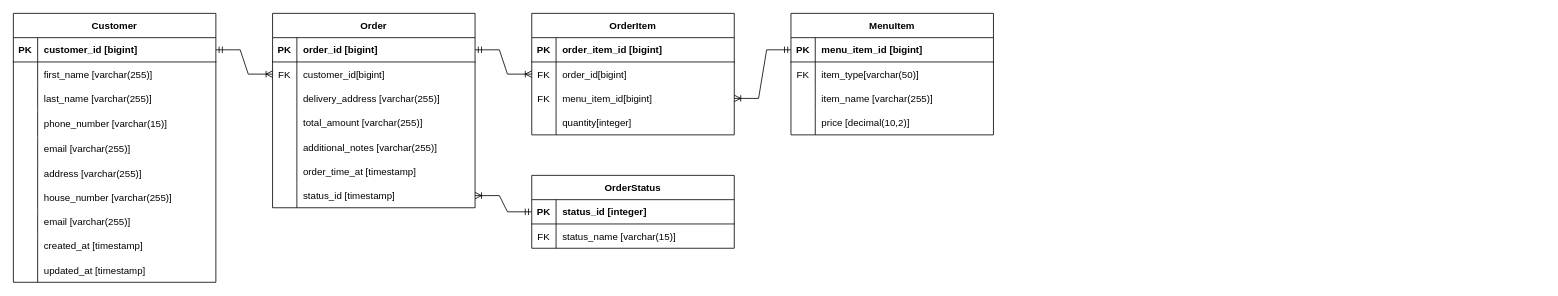
Before: ERD/Pizza ERD.drawio in nicholasreinaldo/LuminaEcommerce, a draw.io diagram. Source tidied: cells renumbered, new cells numbered last; positions are measured from the earlier drawing's top-left corner, leaving out a move shared by most shapes. Both pictures are drawn from the tidied source at 81%, with x=0, y=0 at pixel (13, 13).
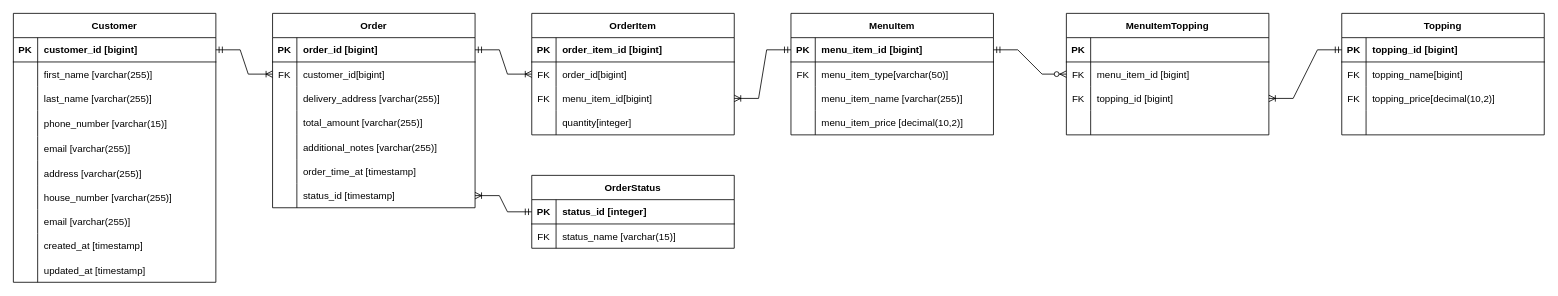
The same page after the edit.

The change refers to these unchanged cells:
```xml
<mxCell id="78" style="shape=partialRectangle;fillColor=none;points=[[0,0.5],[1,0.5]];portConstraint=eastwest;top=0;left=0;right=0;bottom=1;" parent="77" vertex="1">
  <mxGeometry y="30" width="250" height="30" as="geometry" />
</mxCell>
<mxCell id="81" style="shape=partialRectangle;fillColor=none;top=0;left=0;right=0;bottom=0;" parent="77" vertex="1">
  <mxGeometry y="60" width="250" height="30" as="geometry" />
</mxCell>
<mxCell id="84" style="shape=partialRectangle;fillColor=none;top=0;left=0;right=0;bottom=0;" parent="77" vertex="1">
  <mxGeometry y="90" width="250" height="30" as="geometry" />
</mxCell>
<mxCell id="87" style="shape=partialRectangle;fillColor=none;top=0;left=0;right=0;bottom=0;" parent="77" vertex="1">
  <mxGeometry y="120" width="250" height="30" as="geometry" />
</mxCell>
```

The edit, as a diff of the source:
```diff
@@
-    <mxCell id="83" value="item_type[varchar(50)]" style="shape=partialRectangle;overflow=hidden;fillColor=none;top=0;left=0;bottom=0;right=0;align=left;spacingLeft=6;" parent="81" vertex="1">
+    <mxCell id="83" value="menu_item_type[varchar(50)]" style="shape=partialRectangle;overflow=hidden;fillColor=none;top=0;left=0;bottom=0;right=0;align=left;spacingLeft=6;" parent="81" vertex="1">
       <mxGeometry x="30" width="220" height="30" as="geometry" />
     </mxCell>
@@
-    <mxCell id="86" value="item_name [varchar(255)]" style="shape=partialRectangle;overflow=hidden;fillColor=none;top=0;left=0;bottom=0;right=0;align=left;spacingLeft=6;" parent="84" vertex="1">
+    <mxCell id="86" value="menu_item_name [varchar(255)]" style="shape=partialRectangle;overflow=hidden;fillColor=none;top=0;left=0;bottom=0;right=0;align=left;spacingLeft=6;" parent="84" vertex="1">
       <mxGeometry x="30" width="220" height="30" as="geometry" />
     </mxCell>
@@
-    <mxCell id="89" value="price [decimal(10,2)]" style="shape=partialRectangle;overflow=hidden;fillColor=none;top=0;left=0;bottom=0;right=0;align=left;spacingLeft=6;" parent="87" vertex="1">
+    <mxCell id="89" value="menu_item_price [decimal(10,2)]" style="shape=partialRectangle;overflow=hidden;fillColor=none;top=0;left=0;bottom=0;right=0;align=left;spacingLeft=6;" parent="87" vertex="1">
       <mxGeometry x="30" width="220" height="30" as="geometry" />
     </mxCell>
@@
+    <mxCell id="92" value="Topping" style="shape=table;startSize=30;childLayout=tableLayout;rowLines=0;fontStyle=1;align=center;" parent="1" vertex="1">
+      <mxGeometry x="1640" width="250" height="150" as="geometry" />
+    </mxCell>
+    <mxCell id="93" style="shape=partialRectangle;fillColor=none;points=[[0,0.5],[1,0.5]];portConstraint=eastwest;top=0;left=0;right=0;bottom=1;" parent="92" vertex="1">
+      <mxGeometry y="30" width="250" height="30" as="geometry" />
+    </mxCell>
+    <mxCell id="94" value="PK" style="shape=partialRectangle;overflow=hidden;fillColor=none;top=0;left=0;bottom=0;right=0;fontStyle=1;" parent="93" vertex="1">
+      <mxGeometry width="30" height="30" as="geometry" />
+    </mxCell>
+    <mxCell id="95" value="topping_id [bigint]" style="shape=partialRectangle;overflow=hidden;fillColor=none;top=0;left=0;bottom=0;right=0;align=left;spacingLeft=6;fontStyle=1;" parent="93" vertex="1">
+      <mxGeometry x="30" width="220" height="30" as="geometry" />
+    </mxCell>
+    <mxCell id="96" style="shape=partialRectangle;fillColor=none;top=0;left=0;right=0;bottom=0;" parent="92" vertex="1">
+      <mxGeometry y="60" width="250" height="30" as="geometry" />
+    </mxCell>
+    <mxCell id="97" value="FK" style="shape=partialRectangle;overflow=hidden;fillColor=none;top=0;left=0;bottom=0;right=0;" parent="96" vertex="1">
+      <mxGeometry width="30" height="30" as="geometry" />
+    </mxCell>
+    <mxCell id="98" value="topping_name[bigint]" style="shape=partialRectangle;overflow=hidden;fillColor=none;top=0;left=0;bottom=0;right=0;align=left;spacingLeft=6;" parent="96" vertex="1">
+      <mxGeometry x="30" width="220" height="30" as="geometry" />
+    </mxCell>
+    <mxCell id="99" style="shape=partialRectangle;fillColor=none;top=0;left=0;right=0;bottom=0;" parent="92" vertex="1">
+      <mxGeometry y="90" width="250" height="30" as="geometry" />
+    </mxCell>
+    <mxCell id="100" value="FK" style="shape=partialRectangle;overflow=hidden;fillColor=none;top=0;left=0;bottom=0;right=0;" parent="99" vertex="1">
+      <mxGeometry width="30" height="30" as="geometry" />
+    </mxCell>
+    <mxCell id="101" value="topping_price[decimal(10,2)]" style="shape=partialRectangle;overflow=hidden;fillColor=none;top=0;left=0;bottom=0;right=0;align=left;spacingLeft=6;" parent="99" vertex="1">
+      <mxGeometry x="30" width="220" height="30" as="geometry" />
+    </mxCell>
+    <mxCell id="102" style="shape=partialRectangle;fillColor=none;top=0;left=0;right=0;bottom=0;" parent="92" vertex="1">
+      <mxGeometry y="120" width="250" height="30" as="geometry" />
+    </mxCell>
+    <mxCell id="103" style="shape=partialRectangle;overflow=hidden;fillColor=none;top=0;left=0;bottom=0;right=0;" parent="102" vertex="1">
+      <mxGeometry width="30" height="30" as="geometry" />
+    </mxCell>
+    <mxCell id="104" style="shape=partialRectangle;overflow=hidden;fillColor=none;top=0;left=0;bottom=0;right=0;align=left;spacingLeft=6;" parent="102" vertex="1">
+      <mxGeometry x="30" width="220" height="30" as="geometry" />
+    </mxCell>
+    <mxCell id="105" value="MenuItemTopping" style="shape=table;startSize=30;childLayout=tableLayout;rowLines=0;fontStyle=1;align=center;" parent="1" vertex="1">
+      <mxGeometry x="1300" width="250" height="150" as="geometry" />
+    </mxCell>
+    <mxCell id="106" style="shape=partialRectangle;fillColor=none;top=0;left=0;right=0;bottom=1;" parent="105" vertex="1">
+      <mxGeometry y="30" width="250" height="30" as="geometry" />
+    </mxCell>
+    <mxCell id="107" value="PK" style="shape=partialRectangle;overflow=hidden;fillColor=none;top=0;left=0;bottom=0;right=0;fontStyle=1;" parent="106" vertex="1">
+      <mxGeometry width="30" height="30" as="geometry" />
+    </mxCell>
+    <mxCell id="108" style="shape=partialRectangle;overflow=hidden;fillColor=none;top=0;left=0;bottom=0;right=0;align=left;spacingLeft=6;fontStyle=1;" parent="106" vertex="1">
+      <mxGeometry x="30" width="220" height="30" as="geometry" />
+    </mxCell>
+    <mxCell id="109" style="shape=partialRectangle;fillColor=none;points=[[0,0.5],[1,0.5]];portConstraint=eastwest;top=0;left=0;right=0;bottom=0;" parent="105" vertex="1">
+      <mxGeometry y="60" width="250" height="30" as="geometry" />
+    </mxCell>
+    <mxCell id="110" value="FK" style="shape=partialRectangle;overflow=hidden;fillColor=none;top=0;left=0;bottom=0;right=0;" parent="109" vertex="1">
+      <mxGeometry width="30" height="30" as="geometry" />
+    </mxCell>
+    <mxCell id="111" value="menu_item_id [bigint]" style="shape=partialRectangle;overflow=hidden;fillColor=none;top=0;left=0;bottom=0;right=0;align=left;spacingLeft=6;" parent="109" vertex="1">
+      <mxGeometry x="30" width="220" height="30" as="geometry" />
+    </mxCell>
+    <mxCell id="112" style="shape=partialRectangle;fillColor=none;points=[[0,0.5],[1,0.5]];portConstraint=eastwest;top=0;left=0;right=0;bottom=0;" parent="105" vertex="1">
+      <mxGeometry y="90" width="250" height="30" as="geometry" />
+    </mxCell>
+    <mxCell id="113" value="FK" style="shape=partialRectangle;overflow=hidden;fillColor=none;top=0;left=0;bottom=0;right=0;" parent="112" vertex="1">
+      <mxGeometry width="30" height="30" as="geometry" />
+    </mxCell>
+    <mxCell id="114" value="topping_id [bigint]" style="shape=partialRectangle;overflow=hidden;fillColor=none;top=0;left=0;bottom=0;right=0;align=left;spacingLeft=6;" parent="112" vertex="1">
+      <mxGeometry x="30" width="220" height="30" as="geometry" />
+    </mxCell>
+    <mxCell id="115" style="shape=partialRectangle;fillColor=none;top=0;left=0;right=0;bottom=0;" parent="105" vertex="1">
+      <mxGeometry y="120" width="250" height="30" as="geometry" />
+    </mxCell>
+    <mxCell id="116" style="shape=partialRectangle;overflow=hidden;fillColor=none;top=0;left=0;bottom=0;right=0;" parent="115" vertex="1">
+      <mxGeometry width="30" height="30" as="geometry" />
+    </mxCell>
+    <mxCell id="117" style="shape=partialRectangle;overflow=hidden;fillColor=none;top=0;left=0;bottom=0;right=0;align=left;spacingLeft=6;" parent="115" vertex="1">
+      <mxGeometry x="30" width="220" height="30" as="geometry" />
+    </mxCell>
+    <mxCell id="118" style="edgeStyle=entityRelationEdgeStyle;fontSize=12;html=1;endArrow=ERzeroToMany;startArrow=ERmandOne;rounded=0;exitX=1;exitY=0.5;exitDx=0;exitDy=0;entryX=0;entryY=0.5;entryDx=0;entryDy=0;" parent="1" edge="1" source="78" target="109">
+      <mxGeometry relative="1" as="geometry" />
+    </mxCell>
+    <mxCell id="119" style="edgeStyle=entityRelationEdgeStyle;fontSize=12;html=1;endArrow=ERoneToMany;startArrow=ERmandOne;rounded=0;exitX=0;exitY=0.5;exitDx=0;exitDy=0;entryX=1;entryY=0.5;entryDx=0;entryDy=0;" parent="1" edge="1" source="93" target="112">
+      <mxGeometry relative="1" as="geometry" />
+    </mxCell>
```
